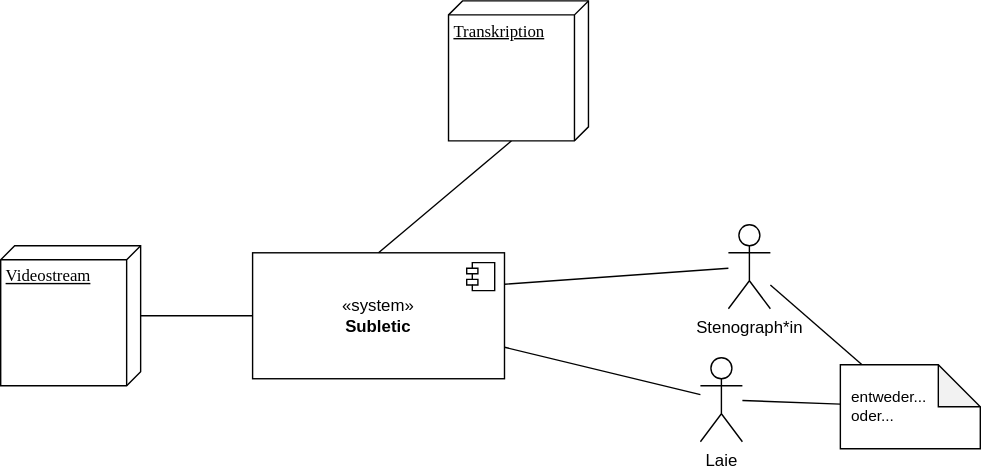
Earlier version of the draw.io export TechnicalDocumentation/arc42/img/FachlicherKontext.drawio.svg (Subletic/Documentation). Source tidied: cells renumbered, new cells last; positions are measured from the earlier drawing's top-left corner, leaving out a move shared by most shapes.
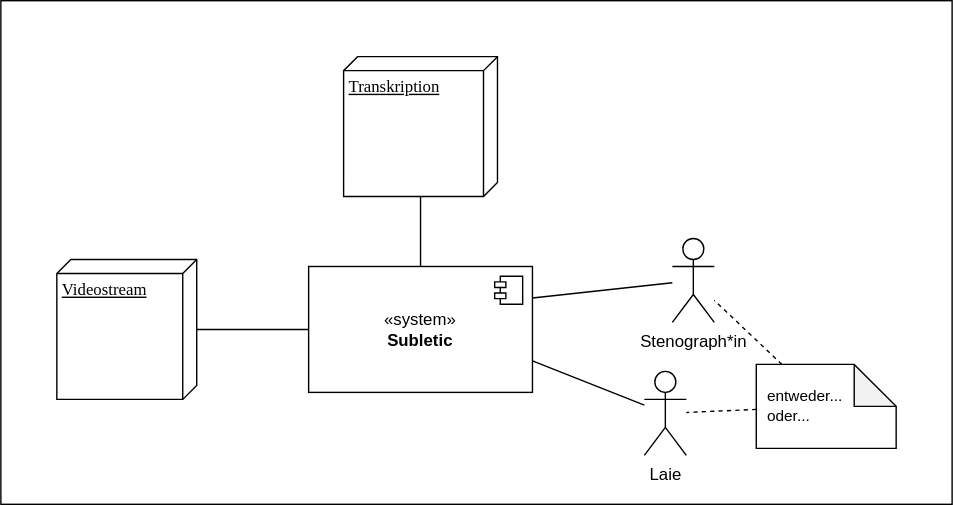
Above is the later version.

Commit message:
#138 docs: improved diagrams chapter 3

Diff of the diagram source:
```diff
@@ -2,46 +2,49 @@
   <root>
     <mxCell id="0" />
     <mxCell id="1" parent="0" />
+    <mxCell id="15" style="rounded=0;whiteSpace=wrap;html=1;" parent="1" vertex="1">
+      <mxGeometry x="-180" y="-100" width="680" height="360" as="geometry" />
+    </mxCell>
     <mxCell id="2" style="jettySize=auto;html=1;entryX=0;entryY=0.5;entryDx=0;entryDy=0;rounded=0;endArrow=none;endFill=0;" parent="1" edge="1" source="3" target="4">
       <mxGeometry relative="1" as="geometry" />
     </mxCell>
     <mxCell id="3" value="&lt;div&gt;Videostream&lt;/div&gt;" style="verticalAlign=top;align=left;spacingTop=8;spacingLeft=2;spacingRight=12;shape=cube;size=10;direction=south;fontStyle=4;html=1;rounded=0;shadow=0;comic=0;labelBackgroundColor=none;strokeWidth=1;fontFamily=Verdana;fontSize=12;" parent="1" vertex="1">
-      <mxGeometry y="175" width="100" height="100" as="geometry" />
+      <mxGeometry x="-140" y="85" width="100" height="100" as="geometry" />
     </mxCell>
     <mxCell id="4" value="«system»&lt;br&gt;&lt;b&gt;Subletic&lt;/b&gt;" style="html=1;whiteSpace=wrap;" parent="1" vertex="1">
-      <mxGeometry x="180" y="180" width="180" height="90" as="geometry" />
+      <mxGeometry x="40" y="90" width="160" height="90" as="geometry" />
     </mxCell>
     <mxCell id="5" style="shape=module;jettyWidth=8;jettyHeight=4;" parent="4" vertex="1">
       <mxGeometry x="1" width="20" height="20" relative="1" as="geometry">
         <mxPoint x="-27" y="7" as="offset" />
       </mxGeometry>
     </mxCell>
-    <mxCell id="6" style="rounded=0;jettySize=auto;html=1;endArrow=none;endFill=0;" parent="1" edge="1" source="8" target="10">
+    <mxCell id="6" style="rounded=0;jettySize=auto;html=1;endArrow=none;endFill=0;dashed=1;" parent="1" edge="1" source="8" target="10">
       <mxGeometry relative="1" as="geometry" />
     </mxCell>
-    <mxCell id="7" style="rounded=0;jettySize=auto;html=1;endArrow=none;endFill=0;" parent="1" edge="1" source="8" target="12">
+    <mxCell id="7" style="rounded=0;jettySize=auto;html=1;endArrow=none;endFill=0;dashed=1;" parent="1" edge="1" source="8" target="12">
       <mxGeometry relative="1" as="geometry" />
     </mxCell>
     <mxCell id="8" value="&lt;div style=&quot;font-size: 11px;&quot; align=&quot;left&quot;&gt;&lt;font style=&quot;font-size: 11px;&quot;&gt;&amp;nbsp; entweder...&lt;/font&gt;&lt;/div&gt;&lt;div style=&quot;font-size: 11px;&quot; align=&quot;left&quot;&gt;&lt;font style=&quot;font-size: 11px;&quot;&gt;&amp;nbsp; oder...&lt;font style=&quot;font-size: 11px;&quot;&gt;&lt;br&gt;&lt;/font&gt;&lt;/font&gt;&lt;/div&gt;" style="shape=note;whiteSpace=wrap;html=1;backgroundOutline=1;darkOpacity=0.05;align=left;" parent="1" vertex="1">
-      <mxGeometry x="600" y="260" width="100" height="60" as="geometry" />
+      <mxGeometry x="360" y="160" width="100" height="60" as="geometry" />
     </mxCell>
     <mxCell id="9" style="rounded=0;jettySize=auto;html=1;endArrow=none;endFill=0;entryX=1;entryY=0.75;entryDx=0;entryDy=0;" parent="1" edge="1" source="10" target="4">
       <mxGeometry relative="1" as="geometry" />
     </mxCell>
     <mxCell id="10" value="Laie" style="shape=umlActor;verticalLabelPosition=bottom;verticalAlign=top;html=1;" parent="1" vertex="1">
-      <mxGeometry x="500" y="255" width="30" height="60" as="geometry" />
+      <mxGeometry x="280" y="165" width="30" height="60" as="geometry" />
     </mxCell>
     <mxCell id="11" style="rounded=0;jettySize=auto;html=1;endArrow=none;endFill=0;entryX=1;entryY=0.25;entryDx=0;entryDy=0;" parent="1" edge="1" source="12" target="4">
       <mxGeometry relative="1" as="geometry" />
     </mxCell>
     <mxCell id="12" value="Stenograph*in" style="shape=umlActor;verticalLabelPosition=bottom;verticalAlign=top;html=1;" parent="1" vertex="1">
-      <mxGeometry x="520" y="160" width="30" height="60" as="geometry" />
+      <mxGeometry x="300" y="70" width="30" height="60" as="geometry" />
     </mxCell>
-    <mxCell id="13" style="rounded=0;jettySize=auto;html=1;endArrow=none;endFill=0;entryX=0;entryY=0;entryDx=100;entryDy=55;entryPerimeter=0;exitX=0.5;exitY=0;exitDx=0;exitDy=0;" parent="1" edge="1" source="4" target="14">
-      <mxGeometry relative="1" as="geometry" />
-    </mxCell>
+    <mxCell id="16" style="edgeStyle=orthogonalEdgeStyle;rounded=0;jettySize=auto;html=1;entryX=0.5;entryY=0;entryDx=0;entryDy=0;endArrow=none;endFill=0;" parent="1" edge="1" source="14" target="4">
+      <mxGeometry relative="1" as="geometry" />
+    </mxCell>
     <mxCell id="14" value="Transkription" style="verticalAlign=top;align=left;spacingTop=8;spacingLeft=2;spacingRight=12;shape=cube;size=10;direction=south;fontStyle=4;html=1;rounded=0;shadow=0;comic=0;labelBackgroundColor=none;strokeWidth=1;fontFamily=Verdana;fontSize=12;" parent="1" vertex="1">
-      <mxGeometry x="320" width="100" height="100" as="geometry" />
+      <mxGeometry x="65" y="-60" width="110" height="100" as="geometry" />
     </mxCell>
   </root>
 </mxGraphModel>
```
